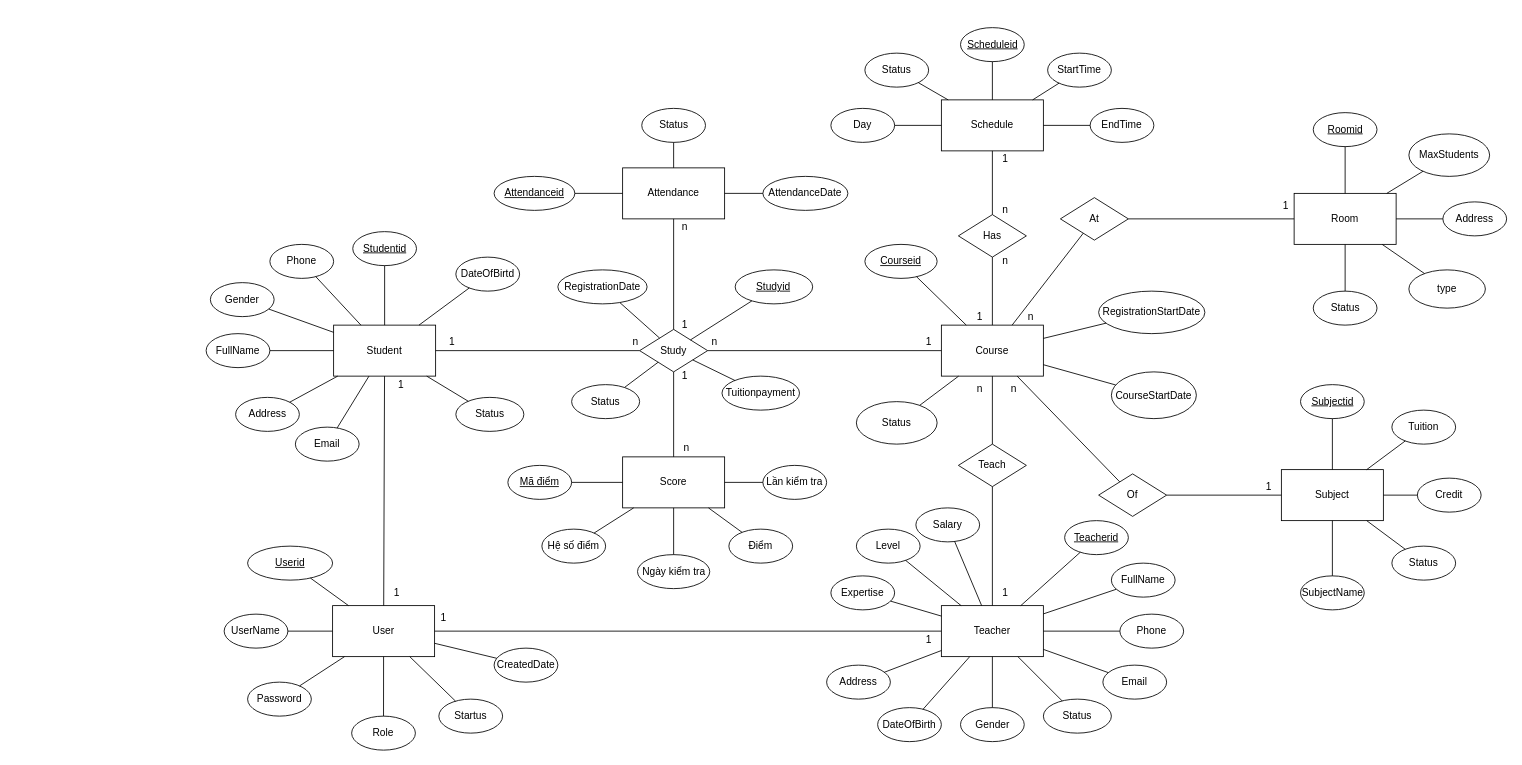
Earlier version of the draw.io diagram page "erd" (1 of 3) of Describe/ERD.drawio (DatNT12052003/Project-Database-Lab). Source tidied: cells renumbered, new cells numbered last; positions are measured from the earlier drawing's top-left corner, leaving out a move shared by most shapes. Both pictures are drawn from the tidied source at 85%, with x=0, y=0 at pixel (206, 27).
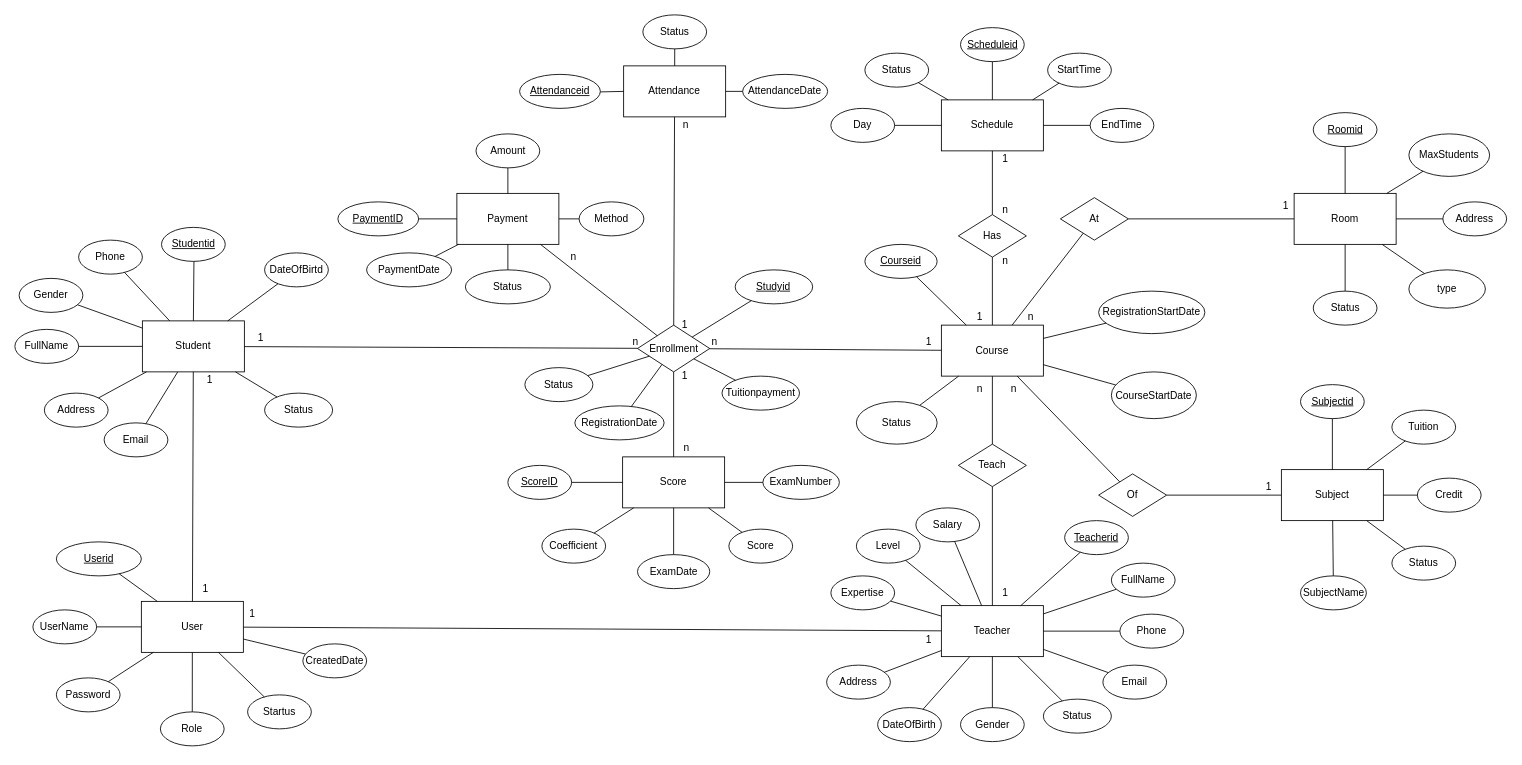
The same page after the edit.

Change to the diagram source:
```diff
@@
     <mxCell id="2" value="Student" style="rounded=0;whiteSpace=wrap;html=1;" parent="1" vertex="1">
-      <mxGeometry x="150" y="350" width="120" height="60" as="geometry" />
+      <mxGeometry x="-75" y="345" width="120" height="60" as="geometry" />
     </mxCell>
@@
-    <mxCell id="6" value="Study" style="rhombus;whiteSpace=wrap;html=1;" parent="1" vertex="1">
-      <mxGeometry x="510" y="355" width="80" height="50" as="geometry" />
+    <mxCell id="6" value="Enrollment" style="rhombus;whiteSpace=wrap;html=1;" parent="1" vertex="1">
+      <mxGeometry x="507.5" y="350" width="85" height="55" as="geometry" />
     </mxCell>
@@
     <mxCell id="15" value="&lt;u&gt;Studentid&lt;/u&gt;" style="ellipse;whiteSpace=wrap;html=1;" parent="1" vertex="1">
-      <mxGeometry x="172.5" y="240" width="75" height="40" as="geometry" />
+      <mxGeometry x="-52.5" y="235" width="75" height="40" as="geometry" />
     </mxCell>
@@
     <mxCell id="25" value="FullName" style="ellipse;whiteSpace=wrap;html=1;" parent="1" vertex="1">
-      <mxGeometry y="360" width="75" height="40" as="geometry" />
+      <mxGeometry x="-225" y="355" width="75" height="40" as="geometry" />
     </mxCell>
     <mxCell id="26" value="DateOfBirtd" style="ellipse;whiteSpace=wrap;html=1;" parent="1" vertex="1">
-      <mxGeometry x="293.8" y="270" width="75" height="40" as="geometry" />
+      <mxGeometry x="68.8" y="265" width="75" height="40" as="geometry" />
     </mxCell>
     <mxCell id="27" value="Gender" style="ellipse;whiteSpace=wrap;html=1;" parent="1" vertex="1">
-      <mxGeometry x="5" y="300" width="75" height="40" as="geometry" />
+      <mxGeometry x="-220" y="295" width="75" height="40" as="geometry" />
     </mxCell>
     <mxCell id="28" value="Phone" style="ellipse;whiteSpace=wrap;html=1;" parent="1" vertex="1">
-      <mxGeometry x="75" y="255" width="75" height="40" as="geometry" />
+      <mxGeometry x="-150" y="250" width="75" height="40" as="geometry" />
     </mxCell>
     <mxCell id="29" value="Email" style="ellipse;whiteSpace=wrap;html=1;" parent="1" vertex="1">
-      <mxGeometry x="105" y="470" width="75" height="40" as="geometry" />
+      <mxGeometry x="-120" y="465" width="75" height="40" as="geometry" />
     </mxCell>
@@
     <mxCell id="64" value="SubjectName" style="ellipse;whiteSpace=wrap;html=1;" parent="1" vertex="1">
-      <mxGeometry x="1287.5" y="645" width="75" height="40" as="geometry" />
+      <mxGeometry x="1287.5" y="645" width="77.5" height="40" as="geometry" />
     </mxCell>
@@
-    <mxCell id="78" value="&lt;u&gt;Mã điểm&lt;/u&gt;" style="ellipse;whiteSpace=wrap;html=1;" parent="1" vertex="1">
+    <mxCell id="78" value="&lt;u&gt;ScoreID&lt;/u&gt;" style="ellipse;whiteSpace=wrap;html=1;" parent="1" vertex="1">
       <mxGeometry x="355" y="515" width="75" height="40" as="geometry" />
     </mxCell>
-    <mxCell id="79" value="Ngày kiểm tra" style="ellipse;whiteSpace=wrap;html=1;" parent="1" vertex="1">
+    <mxCell id="79" value="ExamDate" style="ellipse;whiteSpace=wrap;html=1;" parent="1" vertex="1">
       <mxGeometry x="507.5" y="620" width="85" height="40" as="geometry" />
     </mxCell>
-    <mxCell id="80" value="Điểm" style="ellipse;whiteSpace=wrap;html=1;" parent="1" vertex="1">
+    <mxCell id="80" value="Score" style="ellipse;whiteSpace=wrap;html=1;" parent="1" vertex="1">
       <mxGeometry x="615" y="590" width="75" height="40" as="geometry" />
     </mxCell>
-    <mxCell id="81" value="Lần kiểm tra" style="ellipse;whiteSpace=wrap;html=1;" parent="1" vertex="1">
-      <mxGeometry x="655" y="515" width="75" height="40" as="geometry" />
+    <mxCell id="81" value="ExamNumber" style="ellipse;whiteSpace=wrap;html=1;" parent="1" vertex="1">
+      <mxGeometry x="655" y="515" width="90" height="40" as="geometry" />
     </mxCell>
@@
     <mxCell id="87" value="Attendance" style="rounded=0;whiteSpace=wrap;html=1;" parent="1" vertex="1">
-      <mxGeometry x="490" y="165" width="120" height="60" as="geometry" />
+      <mxGeometry x="491.2" y="45" width="120" height="60" as="geometry" />
     </mxCell>
     <mxCell id="88" value="&lt;u&gt;Attendanceid&lt;/u&gt;" style="ellipse;whiteSpace=wrap;html=1;" parent="1" vertex="1">
-      <mxGeometry x="338.8" y="175" width="95" height="40" as="geometry" />
+      <mxGeometry x="368.8" y="55" width="95" height="40" as="geometry" />
     </mxCell>
     <mxCell id="89" value="Status" style="ellipse;whiteSpace=wrap;html=1;" parent="1" vertex="1">
-      <mxGeometry x="512.5" y="95" width="75" height="40" as="geometry" />
+      <mxGeometry x="513.8" y="-15" width="75" height="40" as="geometry" />
     </mxCell>
     <mxCell id="90" value="AttendanceDate" style="ellipse;whiteSpace=wrap;html=1;" parent="1" vertex="1">
-      <mxGeometry x="655" y="175" width="100" height="40" as="geometry" />
+      <mxGeometry x="631.2" y="55" width="100" height="40" as="geometry" />
     </mxCell>
@@
     <mxCell id="94" value="User" style="rounded=0;whiteSpace=wrap;html=1;" parent="1" vertex="1">
-      <mxGeometry x="148.8" y="680" width="120" height="60" as="geometry" />
+      <mxGeometry x="-76.2" y="675" width="120" height="60" as="geometry" />
     </mxCell>
     <mxCell id="95" value="&lt;u&gt;Userid&lt;/u&gt;" style="ellipse;whiteSpace=wrap;html=1;" parent="1" vertex="1">
-      <mxGeometry x="48.8" y="610" width="100" height="40" as="geometry" />
+      <mxGeometry x="-176.2" y="605" width="100" height="40" as="geometry" />
     </mxCell>
     <mxCell id="96" value="Password" style="ellipse;whiteSpace=wrap;html=1;" parent="1" vertex="1">
-      <mxGeometry x="48.8" y="770" width="75" height="40" as="geometry" />
+      <mxGeometry x="-176.2" y="765" width="75" height="40" as="geometry" />
     </mxCell>
     <mxCell id="97" value="Role" style="ellipse;whiteSpace=wrap;html=1;" parent="1" vertex="1">
-      <mxGeometry x="171.2" y="810" width="75" height="40" as="geometry" />
+      <mxGeometry x="-53.8" y="805" width="75" height="40" as="geometry" />
     </mxCell>
     <mxCell id="98" value="UserName" style="ellipse;whiteSpace=wrap;html=1;" parent="1" vertex="1">
-      <mxGeometry x="21.2" y="690" width="75" height="40" as="geometry" />
+      <mxGeometry x="-203.8" y="685" width="75" height="40" as="geometry" />
     </mxCell>
     <mxCell id="99" value="Startus" style="ellipse;whiteSpace=wrap;html=1;" parent="1" vertex="1">
-      <mxGeometry x="273.8" y="790" width="75" height="40" as="geometry" />
+      <mxGeometry x="48.8" y="785" width="75" height="40" as="geometry" />
     </mxCell>
@@
     <mxCell id="107" value="1" style="text;html=1;align=center;verticalAlign=middle;strokeColor=none;fillColor=none;" parent="1" vertex="1">
-      <mxGeometry x="273.8" y="355" width="30" height="30" as="geometry" />
+      <mxGeometry x="48.8" y="350" width="30" height="30" as="geometry" />
     </mxCell>
@@
     <mxCell id="109" value="1" style="text;html=1;align=center;verticalAlign=middle;strokeColor=none;fillColor=none;" parent="1" vertex="1">
-      <mxGeometry x="213.8" y="405" width="30" height="30" as="geometry" />
+      <mxGeometry x="-11.2" y="400" width="30" height="30" as="geometry" />
     </mxCell>
     <mxCell id="110" value="1" style="text;html=1;align=center;verticalAlign=middle;strokeColor=none;fillColor=none;" parent="1" vertex="1">
-      <mxGeometry x="208.8" y="650" width="30" height="30" as="geometry" />
+      <mxGeometry x="-16.2" y="645" width="30" height="30" as="geometry" />
     </mxCell>
     <mxCell id="111" value="1" style="text;html=1;align=center;verticalAlign=middle;strokeColor=none;fillColor=none;" parent="1" vertex="1">
-      <mxGeometry x="263.8" y="680" width="30" height="30" as="geometry" />
+      <mxGeometry x="38.8" y="675" width="30" height="30" as="geometry" />
     </mxCell>
@@
     <mxCell id="121" value="n" style="text;html=1;align=center;verticalAlign=middle;strokeColor=none;fillColor=none;" parent="1" vertex="1">
-      <mxGeometry x="547.5" y="220" width="30" height="30" as="geometry" />
+      <mxGeometry x="548.8" y="100" width="30" height="30" as="geometry" />
     </mxCell>
@@
-    <mxCell id="129" value="Hệ số điểm" style="ellipse;whiteSpace=wrap;html=1;" parent="1" vertex="1">
+    <mxCell id="129" value="Coefficient" style="ellipse;whiteSpace=wrap;html=1;" parent="1" vertex="1">
       <mxGeometry x="395" y="590" width="75" height="40" as="geometry" />
     </mxCell>
@@
     <mxCell id="133" value="CreatedDate" style="ellipse;whiteSpace=wrap;html=1;" parent="1" vertex="1">
-      <mxGeometry x="338.8" y="730" width="75" height="40" as="geometry" />
+      <mxGeometry x="113.8" y="725" width="75" height="40" as="geometry" />
     </mxCell>
@@
     <mxCell id="139" value="Status" style="ellipse;whiteSpace=wrap;html=1;" parent="1" vertex="1">
-      <mxGeometry x="293.8" y="435" width="80" height="40" as="geometry" />
+      <mxGeometry x="68.8" y="430" width="80" height="40" as="geometry" />
     </mxCell>
@@
     <mxCell id="142" value="Status" style="ellipse;whiteSpace=wrap;html=1;" parent="1" vertex="1">
-      <mxGeometry x="430" y="420" width="80" height="40" as="geometry" />
+      <mxGeometry x="375" y="400" width="80" height="40" as="geometry" />
     </mxCell>
@@
     <mxCell id="144" value="RegistrationDate" style="ellipse;whiteSpace=wrap;html=1;" parent="1" vertex="1">
-      <mxGeometry x="413.8" y="285" width="105" height="40" as="geometry" />
+      <mxGeometry x="433.8" y="445" width="105" height="40" as="geometry" />
     </mxCell>
@@
     <mxCell id="156" value="Address" style="ellipse;whiteSpace=wrap;html=1;" parent="1" vertex="1">
-      <mxGeometry x="34.7" y="435" width="75" height="40" as="geometry" />
+      <mxGeometry x="-190.3" y="430" width="75" height="40" as="geometry" />
     </mxCell>
@@
+    <mxCell id="164" value="Payment" style="rounded=0;whiteSpace=wrap;html=1;" parent="1" vertex="1">
+      <mxGeometry x="295" y="195" width="120" height="60" as="geometry" />
+    </mxCell>
+    <mxCell id="165" value="&lt;u&gt;PaymentID&lt;/u&gt;" style="ellipse;whiteSpace=wrap;html=1;" parent="1" vertex="1">
+      <mxGeometry x="155" y="205" width="95" height="40" as="geometry" />
+    </mxCell>
+    <mxCell id="166" value="Amount" style="ellipse;whiteSpace=wrap;html=1;" parent="1" vertex="1">
+      <mxGeometry x="317.5" y="125" width="75" height="40" as="geometry" />
+    </mxCell>
+    <mxCell id="167" value="Method" style="ellipse;whiteSpace=wrap;html=1;" parent="1" vertex="1">
+      <mxGeometry x="438.8" y="205" width="76.2" height="40" as="geometry" />
+    </mxCell>
+    <mxCell id="168" style="endArrow=none;html=1;rounded=0;" parent="1" edge="1" source="167" target="164">
+      <mxGeometry relative="1" as="geometry" />
+    </mxCell>
+    <mxCell id="169" style="endArrow=none;html=1;rounded=0;" parent="1" edge="1" source="166" target="164">
+      <mxGeometry relative="1" as="geometry" />
+    </mxCell>
+    <mxCell id="170" value="n" style="text;html=1;align=center;verticalAlign=middle;strokeColor=none;fillColor=none;" parent="1" vertex="1">
+      <mxGeometry x="416.9" y="255" width="30" height="30" as="geometry" />
+    </mxCell>
+    <mxCell id="171" style="endArrow=none;html=1;rounded=0;" parent="1" edge="1" source="165" target="164">
+      <mxGeometry relative="1" as="geometry" />
+    </mxCell>
+    <mxCell id="172" value="PaymentDate" style="ellipse;whiteSpace=wrap;html=1;" parent="1" vertex="1">
+      <mxGeometry x="188.8" y="265" width="100" height="40" as="geometry" />
+    </mxCell>
+    <mxCell id="173" style="endArrow=none;html=1;rounded=0;" parent="1" edge="1" source="172" target="164">
+      <mxGeometry relative="1" as="geometry" />
+    </mxCell>
+    <mxCell id="174" value="Status" style="ellipse;whiteSpace=wrap;html=1;" parent="1" vertex="1">
+      <mxGeometry x="305" y="285" width="100" height="40" as="geometry" />
+    </mxCell>
+    <mxCell id="175" style="endArrow=none;html=1;rounded=0;" parent="1" edge="1" source="174" target="164">
+      <mxGeometry relative="1" as="geometry" />
+    </mxCell>
+    <mxCell id="176" style="endArrow=none;html=1;rounded=0;" parent="1" edge="1" source="6" target="164">
+      <mxGeometry relative="1" as="geometry" />
+    </mxCell>
```
